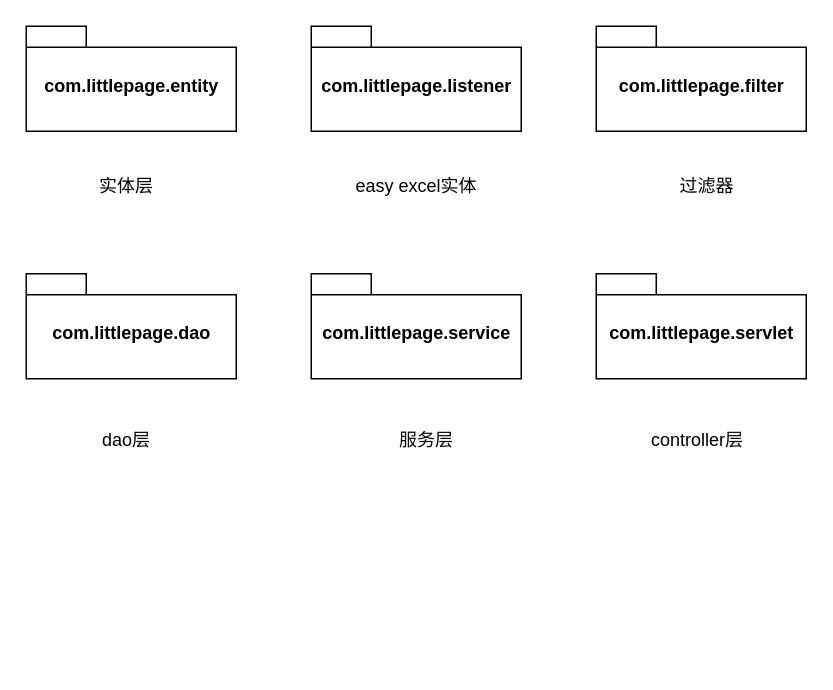
Above: doc/graph/包图.drawio in SteveYuOWO/psds-system (draw.io), before the change. Source tidied: cells renumbered, new cells numbered last; positions are measured from the earlier drawing's top-left corner, leaving out a move shared by most shapes. Both pictures are drawn from the tidied source at 150%, with x=0, y=0 at pixel (26, 26).
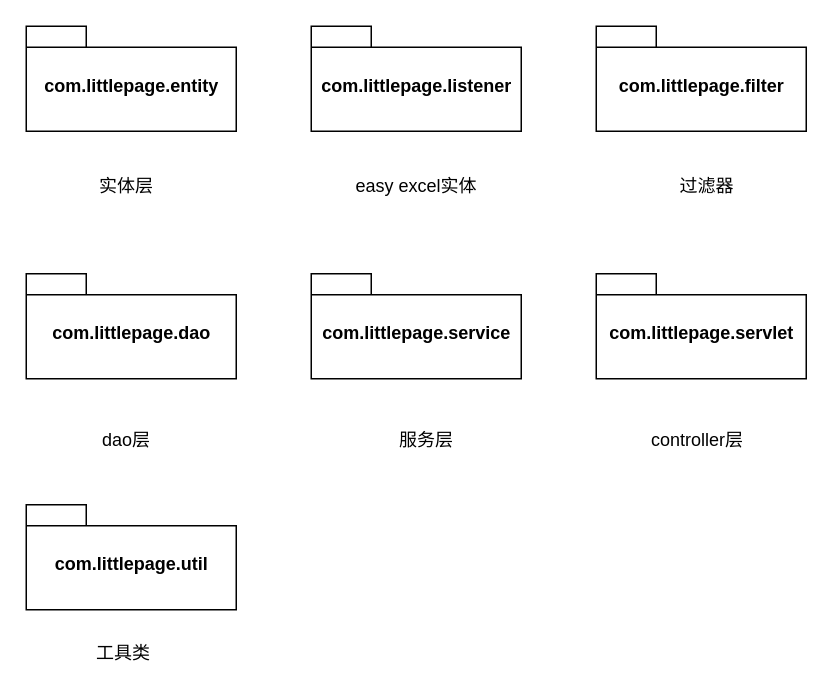
The same page after the edit.

What changed in the source:
```diff
@@
 <mxGraphModel>
   <root>
     <mxCell id="0" />
     <mxCell id="1" parent="0" />
     <mxCell id="2" value="com.littlepage.dao" style="shape=folder;fontStyle=1;spacingTop=10;tabWidth=40;tabHeight=14;tabPosition=left;html=1;" parent="1" vertex="1">
       <mxGeometry y="165" width="140" height="70" as="geometry" />
     </mxCell>
     <mxCell id="3" value="com.littlepage.entity" style="shape=folder;fontStyle=1;spacingTop=10;tabWidth=40;tabHeight=14;tabPosition=left;html=1;" parent="1" vertex="1">
       <mxGeometry width="140" height="70" as="geometry" />
     </mxCell>
     <mxCell id="4" value="com.littlepage.filter" style="shape=folder;fontStyle=1;spacingTop=10;tabWidth=40;tabHeight=14;tabPosition=left;html=1;" parent="1" vertex="1">
       <mxGeometry x="380" width="140" height="70" as="geometry" />
     </mxCell>
     <mxCell id="5" value="com.littlepage.listener" style="shape=folder;fontStyle=1;spacingTop=10;tabWidth=40;tabHeight=14;tabPosition=left;html=1;" parent="1" vertex="1">
       <mxGeometry x="190" width="140" height="70" as="geometry" />
     </mxCell>
     <mxCell id="6" value="com.littlepage.service" style="shape=folder;fontStyle=1;spacingTop=10;tabWidth=40;tabHeight=14;tabPosition=left;html=1;" parent="1" vertex="1">
       <mxGeometry x="190" y="165" width="140" height="70" as="geometry" />
     </mxCell>
     <mxCell id="7" value="com.littlepage.servlet" style="shape=folder;fontStyle=1;spacingTop=10;tabWidth=40;tabHeight=14;tabPosition=left;html=1;" parent="1" vertex="1">
       <mxGeometry x="380" y="165" width="140" height="70" as="geometry" />
     </mxCell>
     <mxCell id="8" value="实体层" style="text;html=1;align=left;verticalAlign=top;spacingTop=-4;" parent="1" vertex="1">
       <mxGeometry x="47" y="97" width="46" height="14" as="geometry" />
     </mxCell>
     <mxCell id="9" value="easy excel实体" style="text;html=1;align=left;verticalAlign=top;spacingTop=-4;" parent="1" vertex="1">
       <mxGeometry x="218" y="97" width="91" height="14" as="geometry" />
     </mxCell>
     <mxCell id="10" value="过滤器" style="text;html=1;align=left;verticalAlign=top;spacingTop=-4;" parent="1" vertex="1">
       <mxGeometry x="434" y="97" width="46" height="14" as="geometry" />
     </mxCell>
     <mxCell id="11" value="dao层" style="text;html=1;align=left;verticalAlign=top;spacingTop=-4;" parent="1" vertex="1">
       <mxGeometry x="49" y="266" width="42" height="14" as="geometry" />
     </mxCell>
     <mxCell id="12" value="服务层" style="text;html=1;align=left;verticalAlign=top;spacingTop=-4;" parent="1" vertex="1">
       <mxGeometry x="247" y="266" width="46" height="14" as="geometry" />
     </mxCell>
     <mxCell id="13" value="controller层" style="text;html=1;align=left;verticalAlign=top;spacingTop=-4;" parent="1" vertex="1">
       <mxGeometry x="414.5" y="266" width="71" height="14" as="geometry" />
     </mxCell>
+    <mxCell id="14" value="com.littlepage.util" style="shape=folder;fontStyle=1;spacingTop=10;tabWidth=40;tabHeight=14;tabPosition=left;html=1;" parent="1" vertex="1">
+      <mxGeometry y="319" width="140" height="70" as="geometry" />
+    </mxCell>
+    <mxCell id="15" value="工具类" style="text;html=1;align=left;verticalAlign=top;spacingTop=-4;" parent="1" vertex="1">
+      <mxGeometry x="45" y="408" width="46" height="14" as="geometry" />
+    </mxCell>
   </root>
 </mxGraphModel>
```
